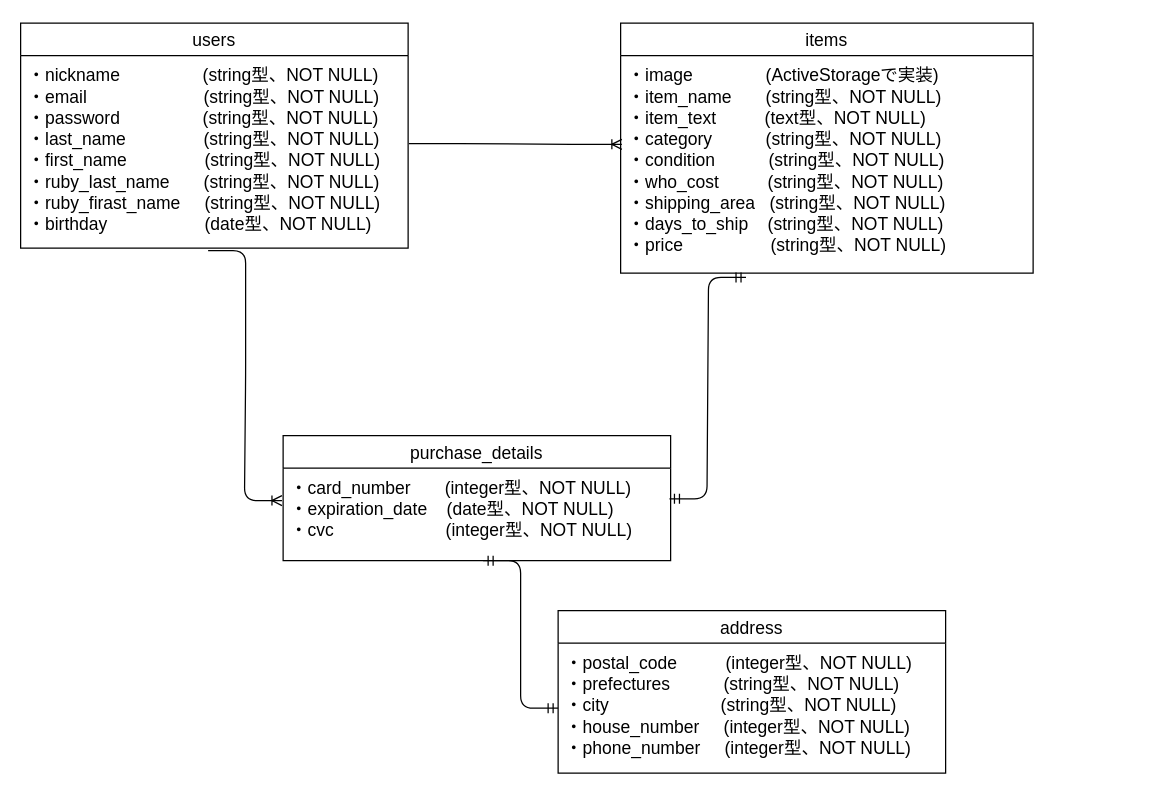
Before: table.dio in kimoto-naoki/furima-35589, a draw.io diagram. Source tidied: cells renumbered, new cells numbered last; positions are measured from the earlier drawing's top-left corner, leaving out a move shared by most shapes. Both pictures are drawn from the tidied source at 125%, with x=0, y=0 at pixel (20, 22).
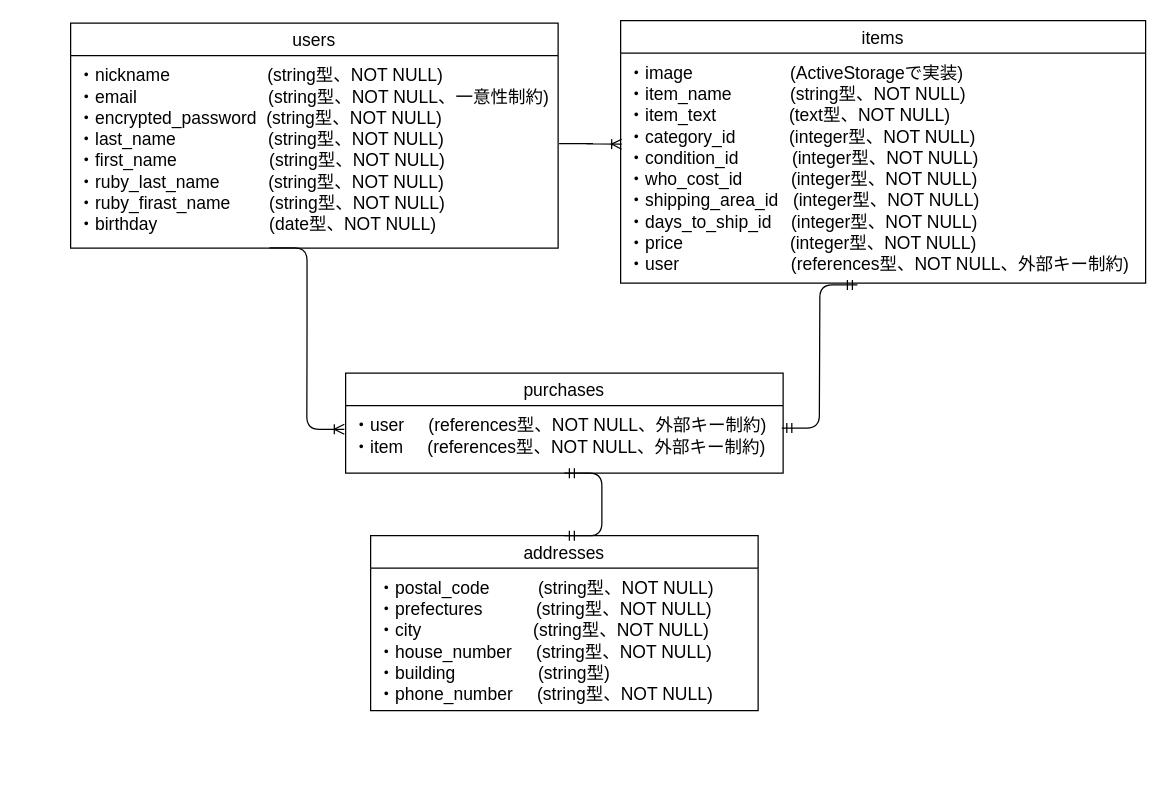
Above is the later version.

Diff of the diagram source:
```diff
@@
 <mxGraphModel>
   <root>
     <mxCell id="0" />
     <mxCell id="1" parent="0" />
     <mxCell id="2" value="users" style="swimlane;fontStyle=0;horizontal=1;startSize=26;align=center;fontSize=14;" parent="1" vertex="1">
-      <mxGeometry width="310" height="180" as="geometry" />
+      <mxGeometry x="40" width="390" height="180" as="geometry" />
     </mxCell>
+    <mxCell id="7" value="・nickname                    (string型、NOT NULL)&#10;・email                           (string型、NOT NULL、一意性制約)&#10;・encrypted_password  (string型、NOT NULL)&#10;・last_name                   (string型、NOT NULL)&#10;・first_name                   (string型、NOT NULL)&#10;・ruby_last_name          (string型、NOT NULL)&#10;・ruby_firast_name        (string型、NOT NULL)&#10;・birthday                       (date型、NOT NULL)" style="text;strokeColor=none;fillColor=none;spacingLeft=4;spacingRight=4;overflow=hidden;points=[[0,0.5],[1,0.5]];portConstraint=eastwest;fontSize=14;spacingBottom=4;spacingTop=1;" parent="2" vertex="1">
+      <mxGeometry y="26" width="390" height="154" as="geometry" />
+    </mxCell>
     <mxCell id="3" value="items" style="swimlane;fontStyle=0;horizontal=1;startSize=26;align=center;fontSize=14;" parent="1" vertex="1">
-      <mxGeometry x="480" width="330" height="200" as="geometry" />
+      <mxGeometry x="480" y="-2" width="420" height="210" as="geometry" />
     </mxCell>
-    <mxCell id="4" value="・image               (ActiveStorageで実装)&#10;・item_name       (string型、NOT NULL)&#10;・item_text          (text型、NOT NULL)&#10;・category           (string型、NOT NULL)&#10;・condition           (string型、NOT NULL)&#10;・who_cost          (string型、NOT NULL)&#10;・shipping_area   (string型、NOT NULL)&#10;・days_to_ship    (string型、NOT NULL)&#10;・price                  (string型、NOT NULL)" style="text;strokeColor=none;fillColor=none;spacingLeft=4;spacingRight=4;overflow=hidden;points=[[0,0.5],[1,0.5]];portConstraint=eastwest;fontSize=14;spacingBottom=4;spacingTop=1;" parent="3" vertex="1">
-      <mxGeometry y="26" width="330" height="174" as="geometry" />
+    <mxCell id="4" value="・image                    (ActiveStorageで実装)&#10;・item_name            (string型、NOT NULL)&#10;・item_text               (text型、NOT NULL)&#10;・category_id           (integer型、NOT NULL)&#10;・condition_id           (integer型、NOT NULL)&#10;・who_cost_id          (integer型、NOT NULL)&#10;・shipping_area_id   (integer型、NOT NULL)&#10;・days_to_ship_id    (integer型、NOT NULL)&#10;・price                      (integer型、NOT NULL)&#10;・user                       (references型、NOT NULL、外部キー制約)" style="text;strokeColor=none;fillColor=none;spacingLeft=4;spacingRight=4;overflow=hidden;points=[[0,0.5],[1,0.5]];portConstraint=eastwest;fontSize=14;spacingBottom=4;spacingTop=1;" parent="3" vertex="1">
+      <mxGeometry y="26" width="420" height="184" as="geometry" />
     </mxCell>
-    <mxCell id="5" value="purchase_details" style="swimlane;fontStyle=0;horizontal=1;startSize=26;align=center;fontSize=14;" parent="1" vertex="1">
-      <mxGeometry x="210" y="330" width="310" height="100" as="geometry" />
+    <mxCell id="5" value="purchases" style="swimlane;fontStyle=0;horizontal=1;startSize=26;align=center;fontSize=14;" parent="1" vertex="1">
+      <mxGeometry x="260" y="280" width="350" height="80" as="geometry" />
     </mxCell>
-    <mxCell id="6" value="・card_number       (integer型、NOT NULL)&#10;・expiration_date    (date型、NOT NULL)&#10;・cvc                       (integer型、NOT NULL)" style="text;strokeColor=none;fillColor=none;spacingLeft=4;spacingRight=4;overflow=hidden;points=[[0,0.5],[1,0.5]];portConstraint=eastwest;fontSize=14;spacingBottom=4;spacingTop=1;" parent="5" vertex="1">
-      <mxGeometry y="26" width="310" height="74" as="geometry" />
+    <mxCell id="6" value="・user     (references型、NOT NULL、外部キー制約)&#10;・item     (references型、NOT NULL、外部キー制約)" style="text;strokeColor=none;fillColor=none;spacingLeft=4;spacingRight=4;overflow=hidden;points=[[0,0.5],[1,0.5]];portConstraint=eastwest;fontSize=14;spacingBottom=4;spacingTop=1;" parent="5" vertex="1">
+      <mxGeometry y="26" width="350" height="54" as="geometry" />
     </mxCell>
-    <mxCell id="7" value="・nickname                 (string型、NOT NULL)&#10;・email                        (string型、NOT NULL)&#10;・password                 (string型、NOT NULL)&#10;・last_name                (string型、NOT NULL)&#10;・first_name                (string型、NOT NULL)&#10;・ruby_last_name       (string型、NOT NULL)&#10;・ruby_firast_name     (string型、NOT NULL)&#10;・birthday                    (date型、NOT NULL)" style="text;strokeColor=none;fillColor=none;spacingLeft=4;spacingRight=4;overflow=hidden;points=[[0,0.5],[1,0.5]];portConstraint=eastwest;fontSize=14;spacingBottom=4;spacingTop=1;" parent="1" vertex="1">
-      <mxGeometry y="26" width="310" height="154" as="geometry" />
-    </mxCell>
-    <mxCell id="8" style="edgeStyle=entityRelationEdgeStyle;fontSize=12;html=1;endArrow=ERoneToMany;entryX=0.003;entryY=0.408;entryDx=0;entryDy=0;entryPerimeter=0;exitX=1.002;exitY=0.457;exitDx=0;exitDy=0;exitPerimeter=0;" parent="1" edge="1" source="7" target="4">
+    <mxCell id="8" style="edgeStyle=entityRelationEdgeStyle;fontSize=12;html=1;endArrow=ERoneToMany;exitX=1.002;exitY=0.457;exitDx=0;exitDy=0;exitPerimeter=0;entryX=0.002;entryY=0.396;entryDx=0;entryDy=0;entryPerimeter=0;" parent="1" edge="1" source="7" target="4">
       <mxGeometry relative="1" as="geometry" />
     </mxCell>
-    <mxCell id="9" style="edgeStyle=entityRelationEdgeStyle;fontSize=12;html=1;endArrow=ERoneToMany;entryX=-0.003;entryY=0.351;entryDx=0;entryDy=0;entryPerimeter=0;" parent="1" edge="1" target="6">
-      <mxGeometry relative="1" as="geometry">
-        <mxPoint x="150" y="182" as="sourcePoint" />
-      </mxGeometry>
+    <mxCell id="9" style="edgeStyle=entityRelationEdgeStyle;fontSize=12;html=1;endArrow=ERoneToMany;entryX=-0.003;entryY=0.351;entryDx=0;entryDy=0;entryPerimeter=0;exitX=0.408;exitY=0.999;exitDx=0;exitDy=0;exitPerimeter=0;" parent="1" edge="1" source="7" target="6">
+      <mxGeometry relative="1" as="geometry" />
     </mxCell>
-    <mxCell id="10" value="address" style="swimlane;fontStyle=0;horizontal=1;startSize=26;align=center;fontSize=14;" parent="1" vertex="1">
-      <mxGeometry x="430" y="470" width="310" height="130" as="geometry" />
+    <mxCell id="10" value="addresses" style="swimlane;fontStyle=0;horizontal=1;startSize=26;align=center;fontSize=14;" parent="1" vertex="1">
+      <mxGeometry x="280" y="410" width="310" height="140" as="geometry" />
     </mxCell>
-    <mxCell id="11" value="・postal_code          (integer型、NOT NULL)&#10;・prefectures           (string型、NOT NULL)&#10;・city                       (string型、NOT NULL)&#10;・house_number     (integer型、NOT NULL)&#10;・phone_number     (integer型、NOT NULL)&#10;&#10;" style="text;strokeColor=none;fillColor=none;spacingLeft=4;spacingRight=4;overflow=hidden;points=[[0,0.5],[1,0.5]];portConstraint=eastwest;fontSize=14;spacingBottom=4;spacingTop=1;" parent="10" vertex="1">
-      <mxGeometry y="26" width="310" height="104" as="geometry" />
+    <mxCell id="11" value="・postal_code          (string型、NOT NULL)&#10;・prefectures           (string型、NOT NULL)&#10;・city                       (string型、NOT NULL)&#10;・house_number     (string型、NOT NULL)&#10;・building                 (string型)&#10;・phone_number     (string型、NOT NULL)&#10;&#10;" style="text;strokeColor=none;fillColor=none;spacingLeft=4;spacingRight=4;overflow=hidden;points=[[0,0.5],[1,0.5]];portConstraint=eastwest;fontSize=14;spacingBottom=4;spacingTop=1;" parent="10" vertex="1">
+      <mxGeometry y="26" width="310" height="114" as="geometry" />
     </mxCell>
-    <mxCell id="12" style="edgeStyle=entityRelationEdgeStyle;fontSize=12;html=1;endArrow=ERmandOne;startArrow=ERmandOne;entryX=0;entryY=0.5;entryDx=0;entryDy=0;" parent="1" edge="1" target="11">
+    <mxCell id="12" style="edgeStyle=entityRelationEdgeStyle;fontSize=12;html=1;endArrow=ERmandOne;startArrow=ERmandOne;entryX=0.5;entryY=0;entryDx=0;entryDy=0;" parent="1" edge="1" target="10">
       <mxGeometry relative="1" as="geometry">
-        <mxPoint x="370" y="430" as="sourcePoint" />
+        <mxPoint x="435" y="360" as="sourcePoint" />
       </mxGeometry>
     </mxCell>
-    <mxCell id="13" style="edgeStyle=entityRelationEdgeStyle;fontSize=12;html=1;endArrow=ERmandOne;startArrow=ERmandOne;entryX=0.304;entryY=1.02;entryDx=0;entryDy=0;entryPerimeter=0;exitX=0.997;exitY=0.332;exitDx=0;exitDy=0;exitPerimeter=0;" parent="1" edge="1" source="6" target="4">
+    <mxCell id="13" style="edgeStyle=entityRelationEdgeStyle;fontSize=12;html=1;endArrow=ERmandOne;startArrow=ERmandOne;exitX=0.997;exitY=0.332;exitDx=0;exitDy=0;exitPerimeter=0;entryX=0.451;entryY=1.008;entryDx=0;entryDy=0;entryPerimeter=0;" parent="1" edge="1" source="6" target="4">
       <mxGeometry relative="1" as="geometry" />
     </mxCell>
   </root>
 </mxGraphModel>
```
